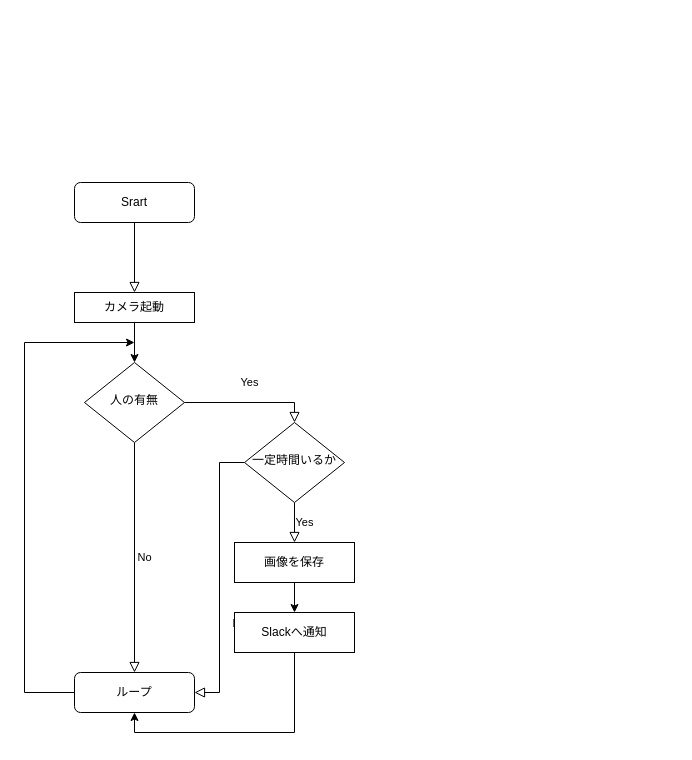
This is design_materials/flowchart-image processing.drawio from yutah-kojima/image-processing, a draw.io file, before an edit. Source tidied: cells renumbered, new cells numbered last; positions are measured from the earlier drawing's top-left corner, leaving out a move shared by most shapes. Both pictures are drawn from the tidied source at 100%, with x=0, y=0 at pixel (24, 182).
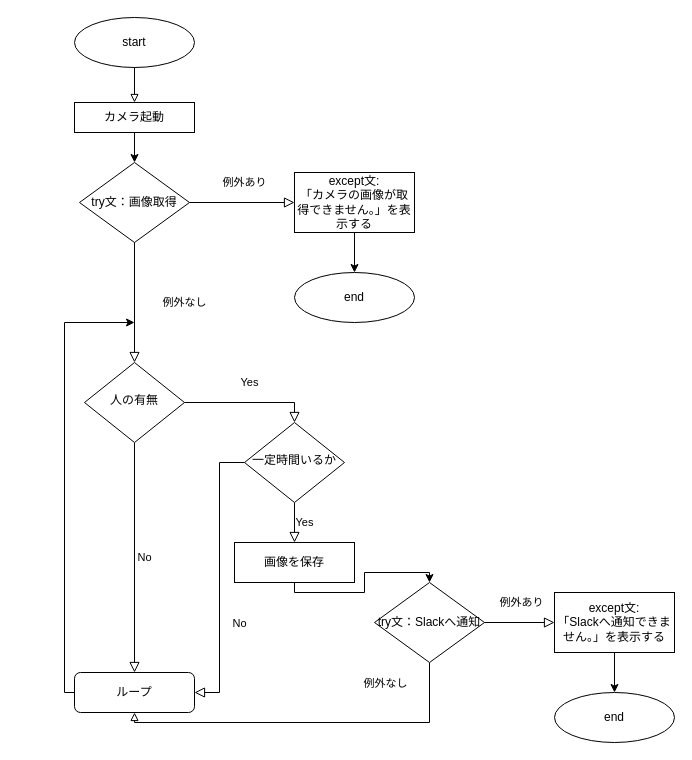
After the change.

Commit message:
flowchart-image processing.drawio を更新します

The change refers to these unchanged cells:
```xml
<mxCell id="6" value="人の有無" style="rhombus;whiteSpace=wrap;html=1;shadow=0;fontFamily=Helvetica;fontSize=12;align=center;strokeWidth=1;spacing=6;spacingTop=-4;" parent="1" vertex="1">
  <mxGeometry x="60" y="180" width="100" height="80" as="geometry" />
</mxCell>
<mxCell id="7" value="ループ" style="rounded=1;whiteSpace=wrap;html=1;fontSize=12;glass=0;strokeWidth=1;shadow=0;" parent="1" vertex="1">
  <mxGeometry x="50" y="490" width="120" height="40" as="geometry" />
</mxCell>
<mxCell id="13" value="画像を保存" style="rounded=0;whiteSpace=wrap;html=1;" parent="1" vertex="1">
  <mxGeometry x="210" y="360" width="120" height="40" as="geometry" />
</mxCell>
```

Change to the diagram source:
```diff
@@
-    <mxCell id="2" style="rounded=0;html=1;jettySize=auto;fontSize=11;endArrow=block;endFill=0;endSize=8;strokeWidth=1;shadow=0;labelBackgroundColor=none;edgeStyle=orthogonalEdgeStyle;entryX=0.5;entryY=0;entryDx=0;entryDy=0;" parent="1" edge="1" source="3" target="12">
-      <mxGeometry relative="1" as="geometry" />
-    </mxCell>
-    <mxCell id="3" value="Srart" style="rounded=1;whiteSpace=wrap;html=1;fontSize=12;glass=0;strokeWidth=1;shadow=0;" parent="1" vertex="1">
-      <mxGeometry x="50" width="120" height="40" as="geometry" />
-    </mxCell>
+    <mxCell id="18" style="edgeStyle=orthogonalEdgeStyle;rounded=0;jettySize=auto;html=1;endArrow=block;endFill=0;exitX=0.5;exitY=1;exitDx=0;exitDy=0;entryX=0.5;entryY=0;entryDx=0;entryDy=0;" parent="1" edge="1" source="26" target="12">
+      <mxGeometry relative="1" as="geometry" />
+    </mxCell>
@@
-    <mxCell id="11" style="edgeStyle=orthogonalEdgeStyle;rounded=0;jettySize=auto;html=1;exitX=0.5;exitY=1;exitDx=0;exitDy=0;entryX=0.5;entryY=0;entryDx=0;entryDy=0;" parent="1" edge="1" source="12" target="6">
-      <mxGeometry relative="1" as="geometry" />
-    </mxCell>
+    <mxCell id="19" style="edgeStyle=orthogonalEdgeStyle;rounded=0;jettySize=auto;html=1;" parent="1" edge="1" source="12" target="21">
+      <mxGeometry relative="1" as="geometry" />
+    </mxCell>
     <mxCell id="12" value="カメラ起動" style="rounded=0;whiteSpace=wrap;html=1;" parent="1" vertex="1">
-      <mxGeometry x="50" y="110" width="120" height="30" as="geometry" />
+      <mxGeometry x="50" y="-80" width="120" height="30" as="geometry" />
     </mxCell>
@@
-    <mxCell id="14" style="endArrow=classic;html=1;rounded=0;exitX=0;exitY=0.5;exitDx=0;exitDy=0;" parent="1" edge="1" source="7">
+    <mxCell id="14" style="endArrow=classic;html=1;rounded=0;exitX=0;exitY=0.5;exitDx=0;exitDy=0;edgeStyle=orthogonalEdgeStyle;" parent="1" edge="1" source="7">
       <mxGeometry relative="1" as="geometry">
-        <mxPoint x="110" y="160" as="targetPoint" />
+        <mxPoint x="110" y="140" as="targetPoint" />
         <Array as="points">
-          <mxPoint y="510" />
-          <mxPoint y="160" />
+          <mxPoint x="40" y="510" />
+          <mxPoint x="40" y="140" />
+          <mxPoint x="110" y="140" />
         </Array>
       </mxGeometry>
     </mxCell>
-    <mxCell id="15" style="endArrow=classic;html=1;rounded=0;exitX=0.5;exitY=1;exitDx=0;exitDy=0;entryX=0.5;entryY=0;entryDx=0;entryDy=0;" parent="1" edge="1" source="13" target="16">
+    <mxCell id="15" style="endArrow=classic;html=1;rounded=0;exitX=0.5;exitY=1;exitDx=0;exitDy=0;entryX=0.5;entryY=0;entryDx=0;entryDy=0;edgeStyle=orthogonalEdgeStyle;" parent="1" edge="1" source="13" target="28">
       <mxGeometry relative="1" as="geometry" />
     </mxCell>
-    <mxCell id="16" value="Slackへ通知" style="rounded=0;whiteSpace=wrap;html=1;" parent="1" vertex="1">
-      <mxGeometry x="210" y="430" width="120" height="40" as="geometry" />
-    </mxCell>
-    <mxCell id="17" style="endArrow=classic;html=1;rounded=0;exitX=0.5;exitY=1;exitDx=0;exitDy=0;entryX=0.5;entryY=1;entryDx=0;entryDy=0;" parent="1" edge="1" source="16" target="7">
-      <mxGeometry relative="1" as="geometry">
-        <Array as="points">
-          <mxPoint x="270" y="550" />
-          <mxPoint x="110" y="550" />
-        </Array>
-      </mxGeometry>
+    <mxCell id="17" style="endArrow=block;html=1;rounded=0;exitX=0.5;exitY=1;exitDx=0;exitDy=0;entryX=0.5;entryY=1;entryDx=0;entryDy=0;edgeStyle=orthogonalEdgeStyle;endFill=0;" parent="1" edge="1" source="28" target="7">
+      <mxGeometry relative="1" as="geometry" />
     </mxCell>
+    <mxCell id="20" value="例外なし" style="edgeLabel;html=1;align=center;verticalAlign=middle;" parent="17" vertex="1">
+      <mxGeometry x="-0.1" relative="1" as="geometry">
+        <mxPoint x="59" y="-40" as="offset" />
+      </mxGeometry>
+    </mxCell>
+    <mxCell id="21" value="try文：画像取得" style="rhombus;whiteSpace=wrap;html=1;" parent="1" vertex="1">
+      <mxGeometry x="55" y="-20" width="110" height="80" as="geometry" />
+    </mxCell>
+    <mxCell id="22" value="例外なし" style="rounded=0;html=1;jettySize=auto;fontSize=11;endArrow=block;endFill=0;endSize=8;strokeWidth=1;shadow=0;labelBackgroundColor=none;edgeStyle=orthogonalEdgeStyle;entryX=0.5;entryY=0;entryDx=0;entryDy=0;exitX=0.5;exitY=1;exitDx=0;exitDy=0;" parent="1" edge="1" source="21" target="6">
+      <mxGeometry y="50" relative="1" as="geometry" />
+    </mxCell>
+    <mxCell id="23" value="例外あり" style="rounded=0;html=1;jettySize=auto;fontSize=11;endArrow=block;endFill=0;endSize=8;strokeWidth=1;shadow=0;labelBackgroundColor=none;edgeStyle=orthogonalEdgeStyle;exitX=1;exitY=0.5;exitDx=0;exitDy=0;entryX=0;entryY=0.5;entryDx=0;entryDy=0;" parent="1" edge="1" source="21" target="25">
+      <mxGeometry x="0.05" y="20" relative="1" as="geometry" />
+    </mxCell>
+    <mxCell id="24" style="edgeStyle=orthogonalEdgeStyle;rounded=0;jettySize=auto;html=1;endArrow=classic;endFill=1;" parent="1" edge="1" source="25" target="27">
+      <mxGeometry relative="1" as="geometry" />
+    </mxCell>
+    <mxCell id="25" value="except文:&lt;br&gt;「カメラの画像が取得できません。」を表示する" style="whiteSpace=wrap;html=1;" parent="1" vertex="1">
+      <mxGeometry x="270" y="-10" width="120" height="60" as="geometry" />
+    </mxCell>
+    <mxCell id="26" value="start" style="ellipse;whiteSpace=wrap;html=1;" parent="1" vertex="1">
+      <mxGeometry x="50" y="-165" width="120" height="50" as="geometry" />
+    </mxCell>
+    <mxCell id="27" value="end" style="ellipse;whiteSpace=wrap;html=1;" parent="1" vertex="1">
+      <mxGeometry x="270" y="90" width="120" height="50" as="geometry" />
+    </mxCell>
+    <mxCell id="28" value="try文：Slackへ通知" style="rhombus;whiteSpace=wrap;html=1;" parent="1" vertex="1">
+      <mxGeometry x="350" y="400" width="110" height="80" as="geometry" />
+    </mxCell>
+    <mxCell id="29" value="例外あり" style="rounded=0;html=1;jettySize=auto;fontSize=11;endArrow=block;endFill=0;endSize=8;strokeWidth=1;shadow=0;labelBackgroundColor=none;edgeStyle=orthogonalEdgeStyle;exitX=1;exitY=0.5;exitDx=0;exitDy=0;entryX=0;entryY=0.5;entryDx=0;entryDy=0;" parent="1" edge="1" source="28" target="31">
+      <mxGeometry x="0.05" y="20" relative="1" as="geometry" />
+    </mxCell>
+    <mxCell id="30" style="edgeStyle=orthogonalEdgeStyle;rounded=0;jettySize=auto;html=1;endArrow=classic;endFill=1;" parent="1" edge="1" source="31" target="32">
+      <mxGeometry relative="1" as="geometry" />
+    </mxCell>
+    <mxCell id="31" value="except文:&lt;br&gt;「Slackへ通知できません。」を表示する" style="whiteSpace=wrap;html=1;" parent="1" vertex="1">
+      <mxGeometry x="530" y="410" width="120" height="60" as="geometry" />
+    </mxCell>
+    <mxCell id="32" value="end" style="ellipse;whiteSpace=wrap;html=1;" parent="1" vertex="1">
+      <mxGeometry x="530" y="510" width="120" height="50" as="geometry" />
+    </mxCell>
```
